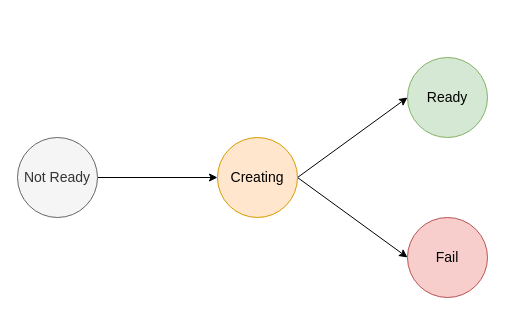
This is page "FSM" (5 of 5) of Resource_Pool2.drawio from LiuJin1203/graph, a draw.io file, before an edit. Source tidied: cells renumbered, new cells numbered last; positions are measured from the earlier drawing's top-left corner, leaving out a move shared by most shapes. Both pictures are drawn from the tidied source at 100%, with x=0, y=0 at pixel (17, 57).
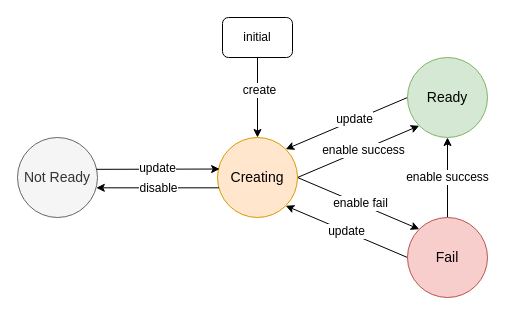
Above is the later version.

Unchanged cells that the change refers to:
```xml
<mxCell id="3" value="Not Ready" style="ellipse;whiteSpace=wrap;html=1;strokeColor=#666666;fillColor=#f5f5f5;fontSize=14;fontColor=#333333;" parent="1" vertex="1">
  <mxGeometry y="80" width="80" height="80" as="geometry" />
</mxCell>
<mxCell id="4" value="Ready" style="ellipse;whiteSpace=wrap;html=1;strokeColor=#82b366;fillColor=#d5e8d4;fontSize=14;" parent="1" vertex="1">
  <mxGeometry x="390" width="80" height="80" as="geometry" />
</mxCell>
<mxCell id="7" value="Creating" style="ellipse;whiteSpace=wrap;html=1;strokeColor=#d79b00;fillColor=#ffe6cc;fontSize=14;" parent="1" vertex="1">
  <mxGeometry x="200" y="80" width="80" height="80" as="geometry" />
</mxCell>
<mxCell id="8" value="Fail" style="ellipse;whiteSpace=wrap;html=1;strokeColor=#b85450;fillColor=#f8cecc;fontSize=14;" parent="1" vertex="1">
  <mxGeometry x="390" y="160" width="80" height="80" as="geometry" />
</mxCell>
```

Change to the diagram source:
```diff
@@
-    <mxCell id="2" style="edgeStyle=none;rounded=0;jettySize=auto;html=1;exitX=1;exitY=0.5;exitDx=0;exitDy=0;entryX=0;entryY=0.5;entryDx=0;entryDy=0;fontSize=14;strokeColor=#000000;" parent="1" edge="1" source="3" target="7">
-      <mxGeometry relative="1" as="geometry" />
-    </mxCell>
@@
+    <mxCell id="9" style="rounded=0;jettySize=auto;html=1;exitX=0;exitY=0.5;exitDx=0;exitDy=0;entryX=1;entryY=0;entryDx=0;entryDy=0;fontSize=12;" parent="1" edge="1" source="4" target="7">
+      <mxGeometry relative="1" as="geometry" />
+    </mxCell>
+    <mxCell id="10" value="update" style="edgeLabel;html=1;align=center;verticalAlign=middle;fontSize=12;" parent="9" vertex="1">
+      <mxGeometry x="-0.13" y="-1" relative="1" as="geometry" />
+    </mxCell>
@@
-    <mxCell id="5" style="edgeStyle=none;rounded=0;jettySize=auto;html=1;exitX=1;exitY=0.5;exitDx=0;exitDy=0;fontSize=14;strokeColor=#000000;entryX=0;entryY=0.5;entryDx=0;entryDy=0;" parent="1" edge="1" source="7" target="4">
+    <mxCell id="5" style="edgeStyle=none;rounded=0;jettySize=auto;html=1;exitX=1;exitY=0.5;exitDx=0;exitDy=0;fontSize=14;strokeColor=#000000;entryX=0;entryY=1;entryDx=0;entryDy=0;" parent="1" edge="1" source="7" target="4">
       <mxGeometry relative="1" as="geometry" />
     </mxCell>
+    <mxCell id="11" value="&lt;font style=&quot;font-size: 12px;&quot;&gt;enable success&lt;/font&gt;" style="edgeLabel;html=1;align=center;verticalAlign=middle;" parent="5" vertex="1">
+      <mxGeometry x="-0.13" relative="1" as="geometry">
+        <mxPoint x="12" y="-5" as="offset" />
+      </mxGeometry>
+    </mxCell>
-    <mxCell id="6" style="edgeStyle=none;rounded=0;jettySize=auto;html=1;exitX=1;exitY=0.5;exitDx=0;exitDy=0;entryX=0;entryY=0.5;entryDx=0;entryDy=0;fontSize=14;strokeColor=#000000;" parent="1" edge="1" source="7" target="8">
+    <mxCell id="6" style="edgeStyle=none;rounded=0;jettySize=auto;html=1;exitX=1;exitY=0.5;exitDx=0;exitDy=0;entryX=0;entryY=0;entryDx=0;entryDy=0;fontSize=14;strokeColor=#000000;" parent="1" edge="1" source="7" target="8">
       <mxGeometry relative="1" as="geometry" />
     </mxCell>
+    <mxCell id="12" value="&lt;font style=&quot;font-size: 12px;&quot;&gt;enable fail&lt;/font&gt;" style="edgeLabel;html=1;align=center;verticalAlign=middle;" parent="6" vertex="1">
+      <mxGeometry x="0.01" y="1" relative="1" as="geometry" />
+    </mxCell>
@@
+    <mxCell id="13" value="update" style="edgeStyle=none;rounded=0;jettySize=auto;html=1;exitX=0;exitY=0.5;exitDx=0;exitDy=0;entryX=1;entryY=1;entryDx=0;entryDy=0;fontSize=12;" parent="1" edge="1" source="8" target="7">
+      <mxGeometry relative="1" as="geometry" />
+    </mxCell>
+    <mxCell id="14" value="enable success" style="edgeStyle=none;rounded=0;jettySize=auto;html=1;exitX=0.5;exitY=0;exitDx=0;exitDy=0;entryX=0.5;entryY=1;entryDx=0;entryDy=0;fontSize=12;" parent="1" edge="1" source="8" target="4">
+      <mxGeometry relative="1" as="geometry" />
+    </mxCell>
@@
+    <mxCell id="15" style="edgeStyle=orthogonalEdgeStyle;rounded=0;jettySize=auto;html=1;exitX=0.5;exitY=1;exitDx=0;exitDy=0;fontSize=12;" parent="1" edge="1" source="17" target="7">
+      <mxGeometry relative="1" as="geometry" />
+    </mxCell>
+    <mxCell id="16" value="create" style="edgeLabel;html=1;align=center;verticalAlign=middle;fontSize=12;" parent="15" vertex="1">
+      <mxGeometry x="-0.2" y="1" relative="1" as="geometry" />
+    </mxCell>
+    <mxCell id="17" value="initial" style="rounded=1;whiteSpace=wrap;html=1;fontSize=12;" parent="1" vertex="1">
+      <mxGeometry x="205" y="-40" width="70" height="40" as="geometry" />
+    </mxCell>
+    <mxCell id="18" style="endArrow=classic;html=1;rounded=0;fontSize=12;exitX=0.985;exitY=0.398;exitDx=0;exitDy=0;entryX=0.027;entryY=0.394;entryDx=0;entryDy=0;entryPerimeter=0;exitPerimeter=0;" parent="1" edge="1" source="3" target="7">
+      <mxGeometry relative="1" as="geometry" />
+    </mxCell>
+    <mxCell id="19" value="update" style="edgeLabel;html=1;align=center;verticalAlign=middle;fontSize=12;" parent="18" vertex="1">
+      <mxGeometry x="-0.15" y="1" relative="1" as="geometry">
+        <mxPoint x="9" as="offset" />
+      </mxGeometry>
+    </mxCell>
+    <mxCell id="20" style="endArrow=none;html=1;rounded=0;fontSize=12;exitX=0.985;exitY=0.629;exitDx=0;exitDy=0;exitPerimeter=0;endFill=0;startArrow=classic;startFill=1;entryX=0.019;entryY=0.629;entryDx=0;entryDy=0;entryPerimeter=0;" parent="1" edge="1" source="3" target="7">
+      <mxGeometry relative="1" as="geometry" />
+    </mxCell>
+    <mxCell id="21" value="disable" style="edgeLabel;html=1;align=center;verticalAlign=middle;fontSize=12;" parent="20" vertex="1">
+      <mxGeometry x="0.09" relative="1" as="geometry">
+        <mxPoint x="-5" as="offset" />
+      </mxGeometry>
+    </mxCell>
```
